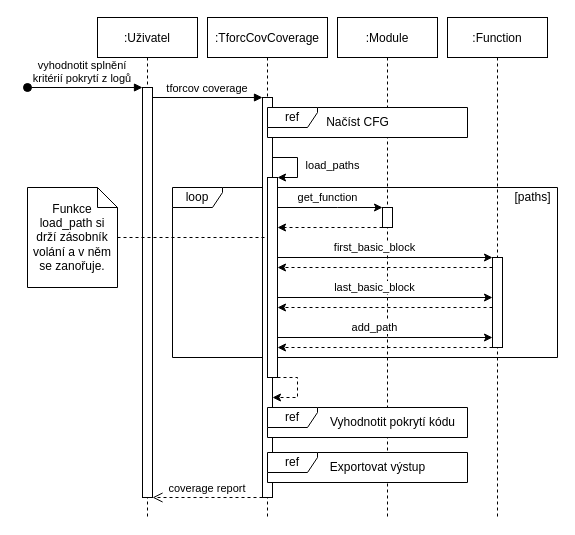
petkapou/DIP_diagrams keeps this draw.io diagram as coverage_loadpaths_sequence_diagram.drawio. Above is the earlier version. Source tidied: cells renumbered, new cells numbered last; positions are measured from the earlier drawing's top-left corner, leaving out a move shared by most shapes. Both pictures are drawn from the tidied source at 100%, with x=0, y=0 at pixel (27, 17).
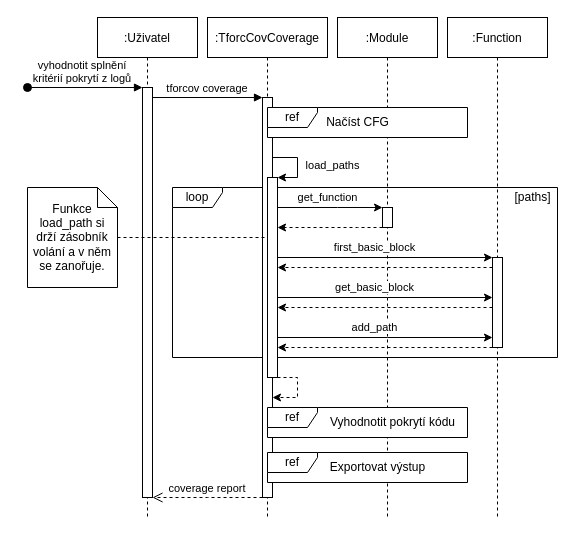
The same diagram, later.

Unchanged cells that the change refers to:
```xml
<mxCell id="9" style="points=[];perimeter=orthogonalPerimeter;rounded=0;shadow=0;strokeWidth=1;" parent="6" vertex="1">
  <mxGeometry x="60" y="160" width="10" height="200" as="geometry" />
</mxCell>
<mxCell id="17" style="points=[];perimeter=orthogonalPerimeter;rounded=0;shadow=0;strokeWidth=1;" parent="16" vertex="1">
  <mxGeometry x="45" y="240" width="10" height="90" as="geometry" />
</mxCell>
```

What changed in the source:
```diff
@@
-    <mxCell id="29" value="last_basic_block" style="edgeStyle=orthogonalEdgeStyle;rounded=0;jettySize=auto;html=1;" parent="1" edge="1" source="9" target="17">
+    <mxCell id="29" value="get_basic_block" style="edgeStyle=orthogonalEdgeStyle;rounded=0;jettySize=auto;html=1;" parent="1" edge="1" source="9" target="17">
       <mxGeometry x="-0.1" y="10" relative="1" as="geometry">
         <Array as="points">
           <mxPoint x="360" y="280" />
           <mxPoint x="360" y="280" />
         </Array>
       </mxGeometry>
     </mxCell>
```
